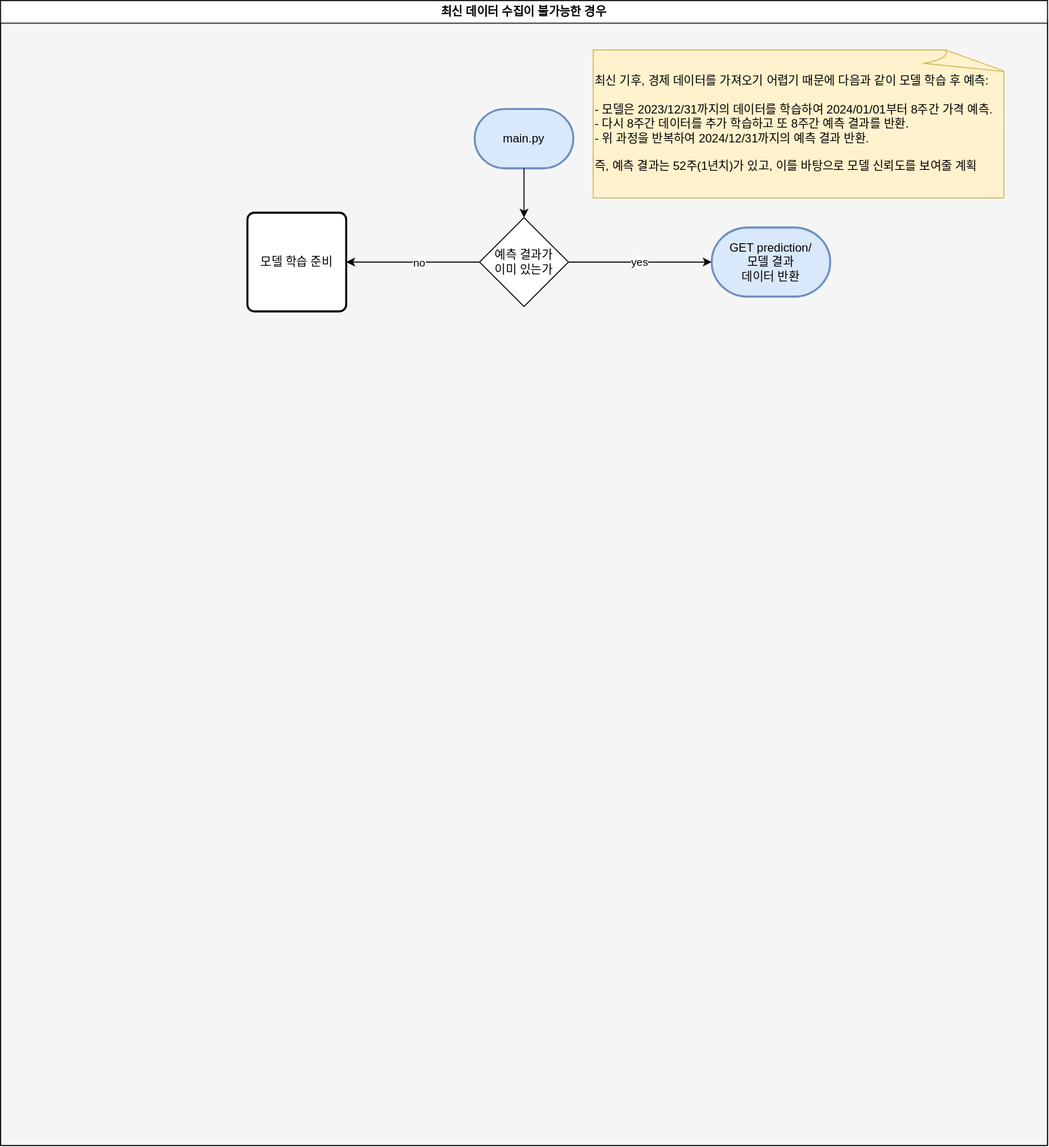
Earlier version of the draw.io export docs/beta-flowchart.drawio.svg (MJU-Capstone-2025/model-server). Source tidied: cells renumbered, new cells last; positions are measured from the earlier drawing's top-left corner, leaving out a move shared by most shapes.
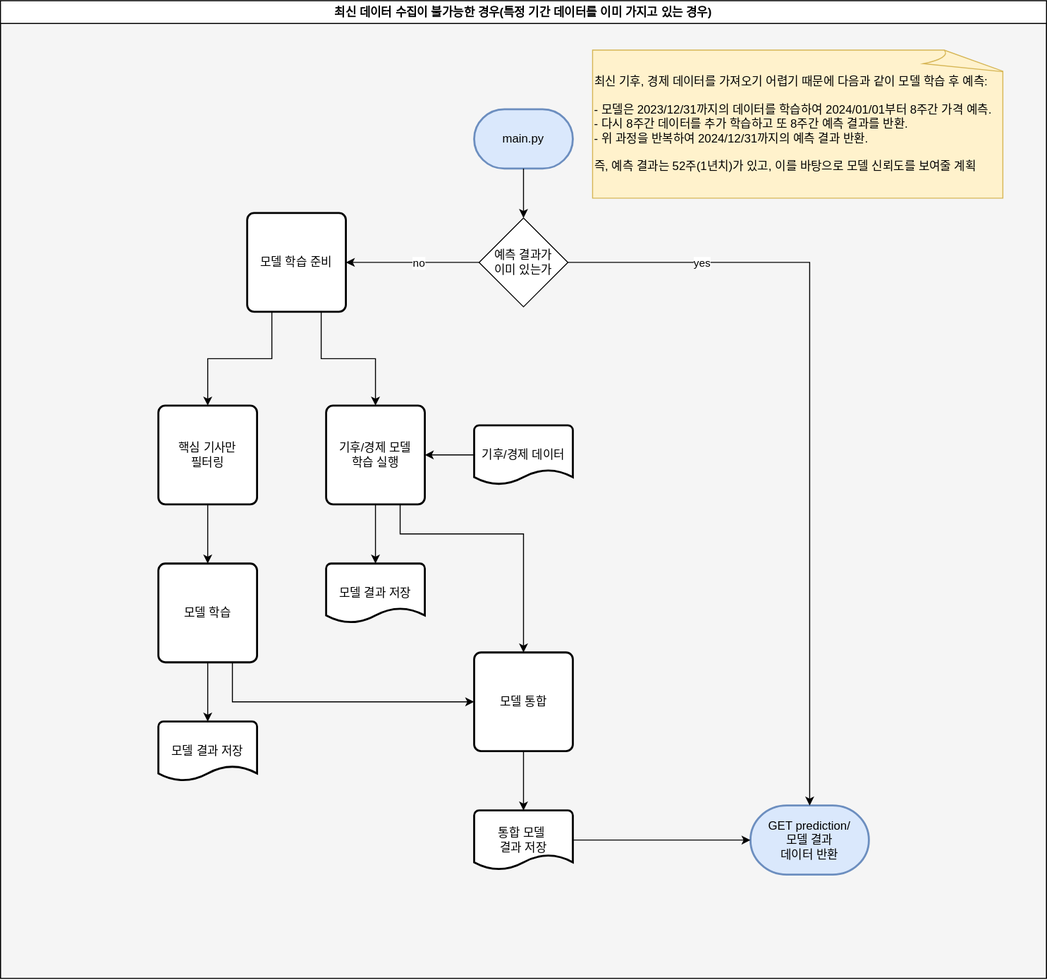
After the change.

Commit message:
DOCS: 최신 데이터 활용할 수 없는 경우

Change to the diagram source:
```diff
@@ -3,10 +3,10 @@
     <mxCell id="0" />
     <mxCell id="1" parent="0" />
     <mxCell id="2" style="rounded=0;whiteSpace=wrap;html=1;fillColor=#f5f5f5;fontColor=#333333;strokeColor=#666666;" parent="1" vertex="1">
-      <mxGeometry y="20" width="1060" height="1140" as="geometry" />
+      <mxGeometry y="20" width="1060" height="970" as="geometry" />
     </mxCell>
-    <mxCell id="3" value="최신 데이터 수집이 불가능한 경우" style="swimlane;whiteSpace=wrap;html=1;" parent="1" vertex="1">
-      <mxGeometry width="1060" height="1160" as="geometry" />
+    <mxCell id="3" value="최신 데이터 수집이 불가능한 경우(특정 기간 데이터를 이미 가지고 있는 경우)" style="swimlane;whiteSpace=wrap;html=1;" parent="1" vertex="1">
+      <mxGeometry width="1060" height="990" as="geometry" />
     </mxCell>
     <mxCell id="4" value="main.py" style="strokeWidth=2;html=1;shape=mxgraph.flowchart.terminator;whiteSpace=wrap;fillColor=#dae8fc;strokeColor=#6c8ebf;" parent="3" vertex="1">
       <mxGeometry x="480" y="110" width="100" height="60" as="geometry" />
@@ -15,7 +15,7 @@
       <mxGeometry x="600" y="50" width="420" height="150" as="geometry" />
     </mxCell>
     <mxCell id="6" value="&lt;div&gt;GET prediction/&lt;/div&gt;모델 결과&lt;div&gt;데이터 반환&lt;/div&gt;" style="strokeWidth=2;html=1;shape=mxgraph.flowchart.terminator;whiteSpace=wrap;fillColor=#dae8fc;strokeColor=#6c8ebf;" parent="3" vertex="1">
-      <mxGeometry x="720" y="230" width="120" height="70" as="geometry" />
+      <mxGeometry x="760" y="815" width="120" height="70" as="geometry" />
     </mxCell>
     <mxCell id="7" value="모델 학습 준비" style="rounded=1;whiteSpace=wrap;html=1;absoluteArcSize=1;arcSize=14;strokeWidth=2;" parent="3" vertex="1">
       <mxGeometry x="250" y="215" width="100" height="100" as="geometry" />
@@ -26,11 +26,13 @@
     <mxCell id="9" style="edgeStyle=orthogonalEdgeStyle;rounded=0;jettySize=auto;html=1;exitX=0.5;exitY=1;exitDx=0;exitDy=0;exitPerimeter=0;entryX=0.5;entryY=0;entryDx=0;entryDy=0;" parent="3" edge="1" source="4" target="8">
       <mxGeometry relative="1" as="geometry" />
     </mxCell>
-    <mxCell id="10" style="edgeStyle=orthogonalEdgeStyle;rounded=0;jettySize=auto;html=1;exitX=1;exitY=0.5;exitDx=0;exitDy=0;entryX=0;entryY=0.5;entryDx=0;entryDy=0;entryPerimeter=0;" parent="3" edge="1" source="8" target="6">
+    <mxCell id="10" style="edgeStyle=orthogonalEdgeStyle;rounded=0;jettySize=auto;html=1;exitX=1;exitY=0.5;exitDx=0;exitDy=0;entryX=0.5;entryY=0;entryDx=0;entryDy=0;entryPerimeter=0;" parent="3" edge="1" source="8" target="6">
       <mxGeometry relative="1" as="geometry" />
     </mxCell>
     <mxCell id="11" value="yes" style="edgeLabel;html=1;align=center;verticalAlign=middle;" parent="10" vertex="1">
-      <mxGeometry x="-0.02" y="1" relative="1" as="geometry" />
+      <mxGeometry x="-0.02" y="1" relative="1" as="geometry">
+        <mxPoint x="-111" y="-147" as="offset" />
+      </mxGeometry>
     </mxCell>
     <mxCell id="12" style="edgeStyle=orthogonalEdgeStyle;rounded=0;jettySize=auto;html=1;exitX=0;exitY=0.5;exitDx=0;exitDy=0;entryX=1;entryY=0.5;entryDx=0;entryDy=0;" parent="3" edge="1" source="8" target="7">
       <mxGeometry relative="1" as="geometry" />
@@ -38,5 +40,68 @@
     <mxCell id="13" value="no" style="edgeLabel;html=1;align=center;verticalAlign=middle;" parent="12" vertex="1">
       <mxGeometry x="-0.09" relative="1" as="geometry" />
     </mxCell>
+    <mxCell id="14" value="기후/경제 데이터" style="strokeWidth=2;html=1;shape=mxgraph.flowchart.document2;whiteSpace=wrap;size=0.25;" parent="3" vertex="1">
+      <mxGeometry x="480" y="430" width="100" height="60" as="geometry" />
+    </mxCell>
+    <mxCell id="15" value="모델 결과 저장" style="strokeWidth=2;html=1;shape=mxgraph.flowchart.document2;whiteSpace=wrap;size=0.25;" parent="3" vertex="1">
+      <mxGeometry x="160" y="730" width="100" height="60" as="geometry" />
+    </mxCell>
+    <mxCell id="16" value="모델 결과 저장" style="strokeWidth=2;html=1;shape=mxgraph.flowchart.document2;whiteSpace=wrap;size=0.25;" parent="3" vertex="1">
+      <mxGeometry x="330" y="570" width="100" height="60" as="geometry" />
+    </mxCell>
+    <mxCell id="17" value="모델 통합" style="rounded=1;whiteSpace=wrap;html=1;absoluteArcSize=1;arcSize=14;strokeWidth=2;" parent="3" vertex="1">
+      <mxGeometry x="480" y="660" width="100" height="100" as="geometry" />
+    </mxCell>
+    <mxCell id="18" style="edgeStyle=orthogonalEdgeStyle;rounded=0;jettySize=auto;html=1;" parent="1" edge="1" source="20" target="16">
+      <mxGeometry relative="1" as="geometry" />
+    </mxCell>
+    <mxCell id="19" style="edgeStyle=orthogonalEdgeStyle;rounded=0;jettySize=auto;html=1;exitX=0.75;exitY=1;exitDx=0;exitDy=0;entryX=0.5;entryY=0;entryDx=0;entryDy=0;" parent="1" edge="1" source="20" target="17">
+      <mxGeometry relative="1" as="geometry">
+        <Array as="points">
+          <mxPoint x="405" y="540" />
+          <mxPoint x="530" y="540" />
+        </Array>
+      </mxGeometry>
+    </mxCell>
+    <mxCell id="20" value="기후/경제 모델&lt;div&gt;학습 실행&lt;/div&gt;" style="rounded=1;whiteSpace=wrap;html=1;absoluteArcSize=1;arcSize=14;strokeWidth=2;" parent="1" vertex="1">
+      <mxGeometry x="330" y="410" width="100" height="100" as="geometry" />
+    </mxCell>
+    <mxCell id="21" style="edgeStyle=orthogonalEdgeStyle;rounded=0;jettySize=auto;html=1;exitX=0.75;exitY=1;exitDx=0;exitDy=0;entryX=0.5;entryY=0;entryDx=0;entryDy=0;" parent="1" edge="1" source="7" target="20">
+      <mxGeometry relative="1" as="geometry" />
+    </mxCell>
+    <mxCell id="22" style="edgeStyle=orthogonalEdgeStyle;rounded=0;jettySize=auto;html=1;exitX=0;exitY=0.5;exitDx=0;exitDy=0;exitPerimeter=0;entryX=1;entryY=0.5;entryDx=0;entryDy=0;" parent="1" edge="1" source="14" target="20">
+      <mxGeometry relative="1" as="geometry" />
+    </mxCell>
+    <mxCell id="23" style="edgeStyle=orthogonalEdgeStyle;rounded=0;jettySize=auto;html=1;exitX=0.5;exitY=1;exitDx=0;exitDy=0;entryX=0.5;entryY=0;entryDx=0;entryDy=0;" parent="1" edge="1" source="24" target="28">
+      <mxGeometry relative="1" as="geometry" />
+    </mxCell>
+    <mxCell id="24" value="핵심 기사만&lt;div&gt;필터링&lt;/div&gt;" style="rounded=1;whiteSpace=wrap;html=1;absoluteArcSize=1;arcSize=14;strokeWidth=2;" parent="1" vertex="1">
+      <mxGeometry x="160" y="410" width="100" height="100" as="geometry" />
+    </mxCell>
+    <mxCell id="25" style="edgeStyle=orthogonalEdgeStyle;rounded=0;jettySize=auto;html=1;exitX=0.25;exitY=1;exitDx=0;exitDy=0;entryX=0.5;entryY=0;entryDx=0;entryDy=0;" parent="1" edge="1" source="7" target="24">
+      <mxGeometry relative="1" as="geometry" />
+    </mxCell>
+    <mxCell id="26" style="edgeStyle=orthogonalEdgeStyle;rounded=0;jettySize=auto;html=1;" parent="1" edge="1" source="28" target="15">
+      <mxGeometry relative="1" as="geometry" />
+    </mxCell>
+    <mxCell id="27" style="edgeStyle=orthogonalEdgeStyle;rounded=0;jettySize=auto;html=1;exitX=0.75;exitY=1;exitDx=0;exitDy=0;entryX=0;entryY=0.5;entryDx=0;entryDy=0;" parent="1" edge="1" source="28" target="17">
+      <mxGeometry relative="1" as="geometry">
+        <Array as="points">
+          <mxPoint x="235" y="710" />
+        </Array>
+      </mxGeometry>
+    </mxCell>
+    <mxCell id="28" value="모델 학습" style="rounded=1;whiteSpace=wrap;html=1;absoluteArcSize=1;arcSize=14;strokeWidth=2;" parent="1" vertex="1">
+      <mxGeometry x="160" y="570" width="100" height="100" as="geometry" />
+    </mxCell>
+    <mxCell id="29" value="통합 모델&amp;nbsp;&lt;div&gt;결과 저장&lt;/div&gt;" style="strokeWidth=2;html=1;shape=mxgraph.flowchart.document2;whiteSpace=wrap;size=0.25;" parent="1" vertex="1">
+      <mxGeometry x="480" y="820" width="100" height="60" as="geometry" />
+    </mxCell>
+    <mxCell id="30" style="edgeStyle=orthogonalEdgeStyle;rounded=0;jettySize=auto;html=1;" parent="1" edge="1" source="17" target="29">
+      <mxGeometry relative="1" as="geometry" />
+    </mxCell>
+    <mxCell id="31" style="edgeStyle=orthogonalEdgeStyle;rounded=0;jettySize=auto;html=1;exitX=1;exitY=0.5;exitDx=0;exitDy=0;exitPerimeter=0;entryX=0;entryY=0.5;entryDx=0;entryDy=0;entryPerimeter=0;" parent="1" edge="1" source="29" target="6">
+      <mxGeometry relative="1" as="geometry" />
+    </mxCell>
   </root>
 </mxGraphModel>
```
